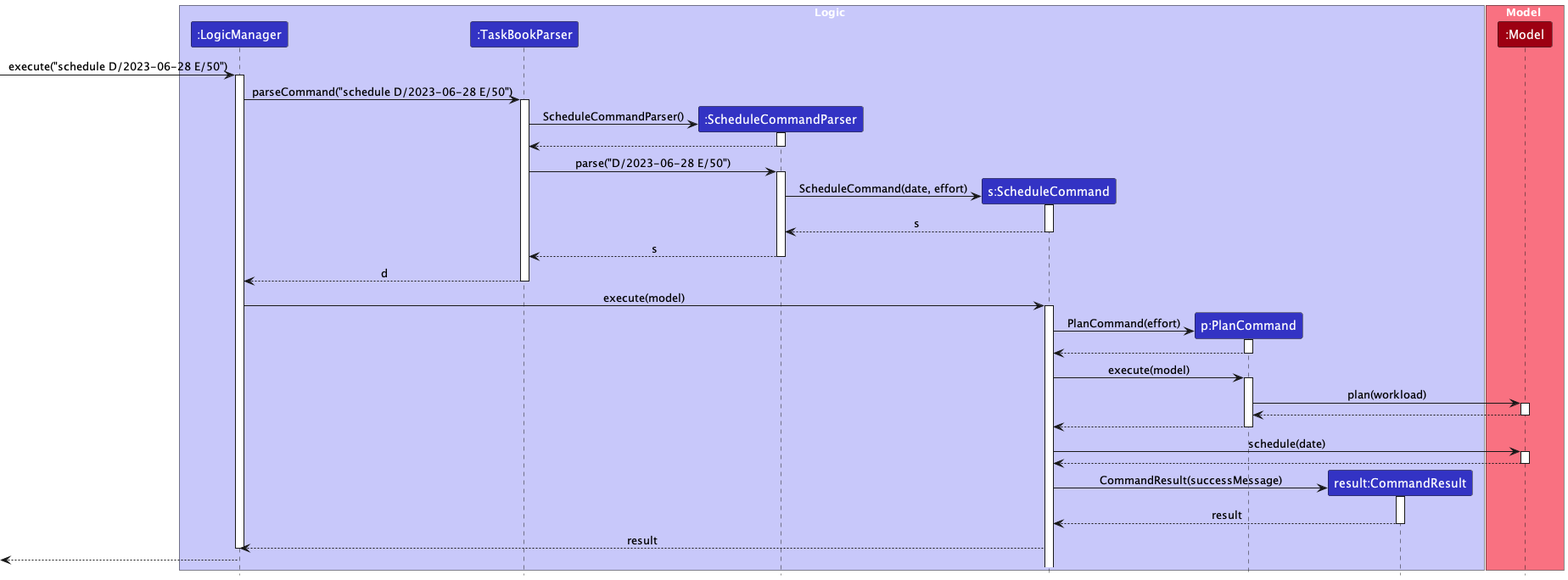
The PlantUML diagram docs/images/ScheduleCommandHavePlanSequenceDiagram.png in nus-cs2103-AY2223S2/tp, before a commit. Its diagram source:
```plantuml
@startuml
!include style.puml

box Logic LOGIC_COLOR_T1
participant ":LogicManager" as LogicManager LOGIC_COLOR
participant ":TaskBookParser" as TaskBookParser LOGIC_COLOR
participant ":ScheduleCommandParser" as ScheduleCommandParser LOGIC_COLOR
participant "s:ScheduleCommand" as ScheduleCommand LOGIC_COLOR
participant "p:PlanCommand" as PlanCommand LOGIC_COLOR
participant "result:CommandResult" as CommandResult LOGIC_COLOR
end box

box Model MODEL_COLOR_T1
participant ":Model" as Model MODEL_COLOR
end box


[-> LogicManager : execute("schedule D/2023-06-28 E/50")
activate LogicManager

LogicManager -> TaskBookParser : parseCommand("schedule D/2023-06-28 E/50")
activate TaskBookParser

create ScheduleCommandParser
TaskBookParser -> ScheduleCommandParser : ScheduleCommandParser()
activate ScheduleCommandParser

ScheduleCommandParser --> TaskBookParser
deactivate ScheduleCommandParser

TaskBookParser -> ScheduleCommandParser : parse("D/2023-06-28 E/50")
activate ScheduleCommandParser

create ScheduleCommand
ScheduleCommandParser -> ScheduleCommand : ScheduleCommand(date, effort)
activate ScheduleCommand

ScheduleCommand --> ScheduleCommandParser : s
deactivate ScheduleCommand

ScheduleCommandParser --> TaskBookParser : s
deactivate ScheduleCommandParser

TaskBookParser --> LogicManager : d
deactivate TaskBookParser

LogicManager -> ScheduleCommand : execute(model)
activate ScheduleCommand

create PlanCommand
ScheduleCommand -> PlanCommand : PlanCommand(effort)
activate PlanCommand

PlanCommand --> ScheduleCommand
deactivate PlanCommand

ScheduleCommand -> PlanCommand : execute(model)
activate PlanCommand

PlanCommand -> Model : plan(workload)
activate Model

Model --> PlanCommand
deactivate Model

PlanCommand --> ScheduleCommand
deactivate PlanCommand

ScheduleCommand -> Model : schedule(date)
activate Model

Model --> ScheduleCommand
deactivate Model

create CommandResult
ScheduleCommand -> CommandResult : CommandResult(successMessage)
activate CommandResult

CommandResult --> ScheduleCommand : result
deactivate CommandResult

ScheduleCommand --> LogicManager : result
deactivate LogicManager

[<--LogicManager
deactivate LogicManager
@enduml
```
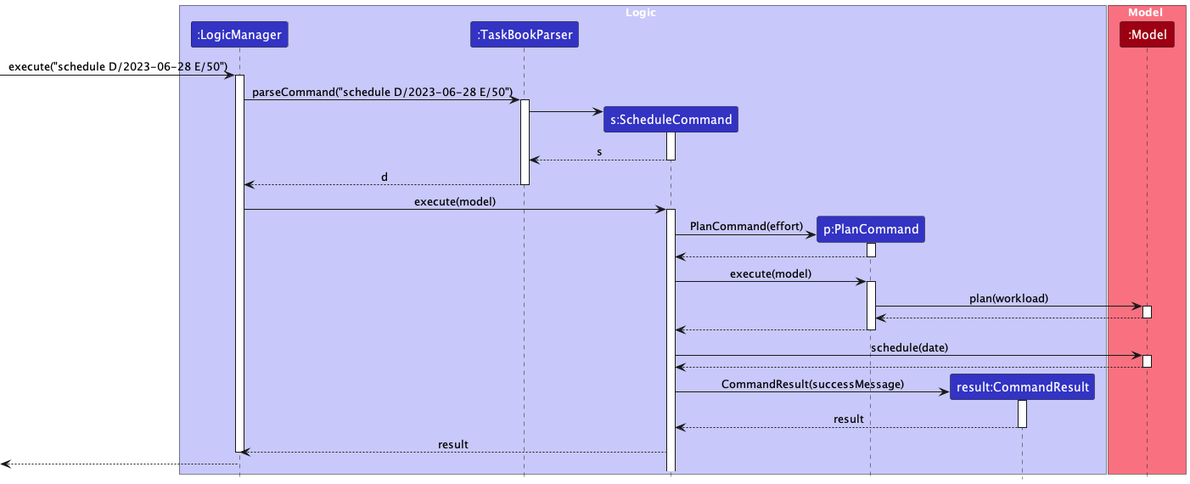
After the change.

Commit message:
Add ppt for allocation algorithm explanations for version control. Simplify sequence diagrams. Format schedule algorithm collapsible sections with HTML tags.

What changed in the source:
```diff
@@ -4,7 +4,6 @@
 box Logic LOGIC_COLOR_T1
 participant ":LogicManager" as LogicManager LOGIC_COLOR
 participant ":TaskBookParser" as TaskBookParser LOGIC_COLOR
-participant ":ScheduleCommandParser" as ScheduleCommandParser LOGIC_COLOR
 participant "s:ScheduleCommand" as ScheduleCommand LOGIC_COLOR
 participant "p:PlanCommand" as PlanCommand LOGIC_COLOR
 participant "result:CommandResult" as CommandResult LOGIC_COLOR
@@ -21,25 +20,12 @@
 LogicManager -> TaskBookParser : parseCommand("schedule D/2023-06-28 E/50")
 activate TaskBookParser
 
-create ScheduleCommandParser
-TaskBookParser -> ScheduleCommandParser : ScheduleCommandParser()
-activate ScheduleCommandParser
-
-ScheduleCommandParser --> TaskBookParser
-deactivate ScheduleCommandParser
-
-TaskBookParser -> ScheduleCommandParser : parse("D/2023-06-28 E/50")
-activate ScheduleCommandParser
-
 create ScheduleCommand
-ScheduleCommandParser -> ScheduleCommand : ScheduleCommand(date, effort)
+TaskBookParser -> ScheduleCommand
 activate ScheduleCommand
 
-ScheduleCommand --> ScheduleCommandParser : s
+ScheduleCommand --> TaskBookParser : s
 deactivate ScheduleCommand
-
-ScheduleCommandParser --> TaskBookParser : s
-deactivate ScheduleCommandParser
 
 TaskBookParser --> LogicManager : d
 deactivate TaskBookParser
```
